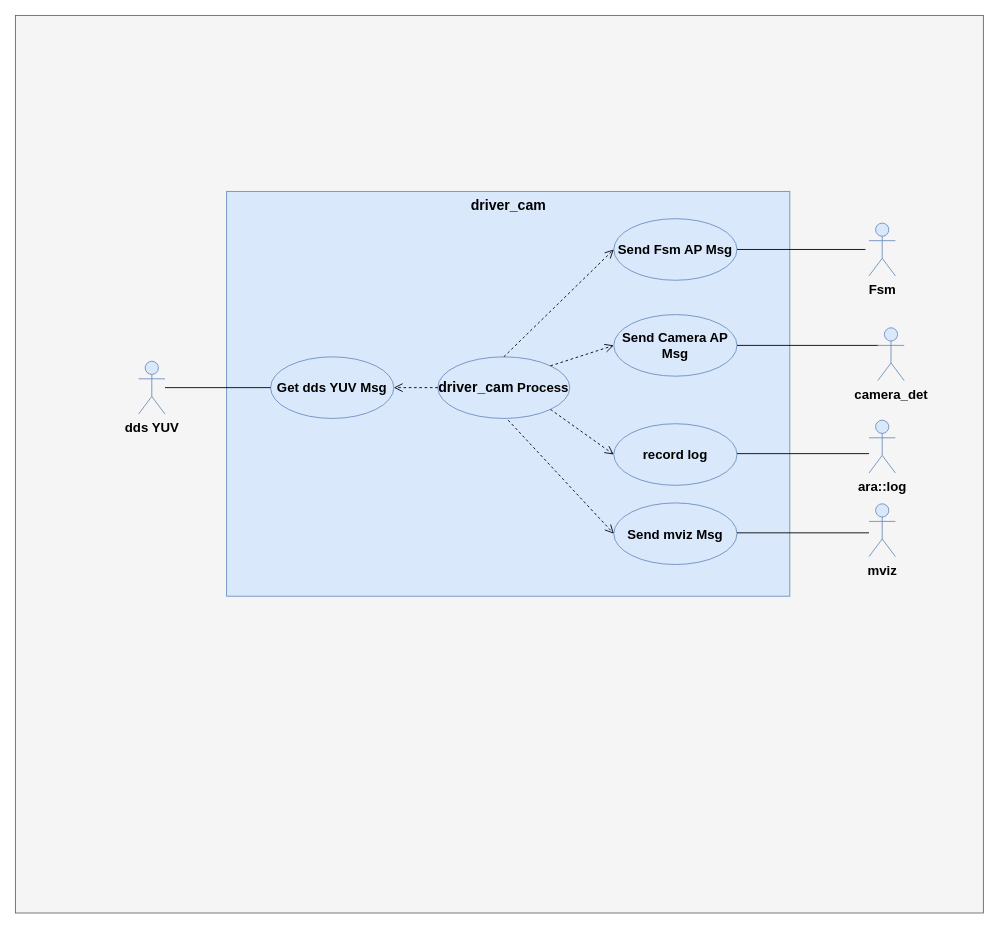
Before: driver_cam用例.drawio in xiaoleli/diagrams, a draw.io diagram. Source tidied: cells renumbered, new cells numbered last; positions are measured from the earlier drawing's top-left corner, leaving out a move shared by most shapes. Both pictures are drawn from the tidied source at 88%, with x=0, y=0 at pixel (15, 15).
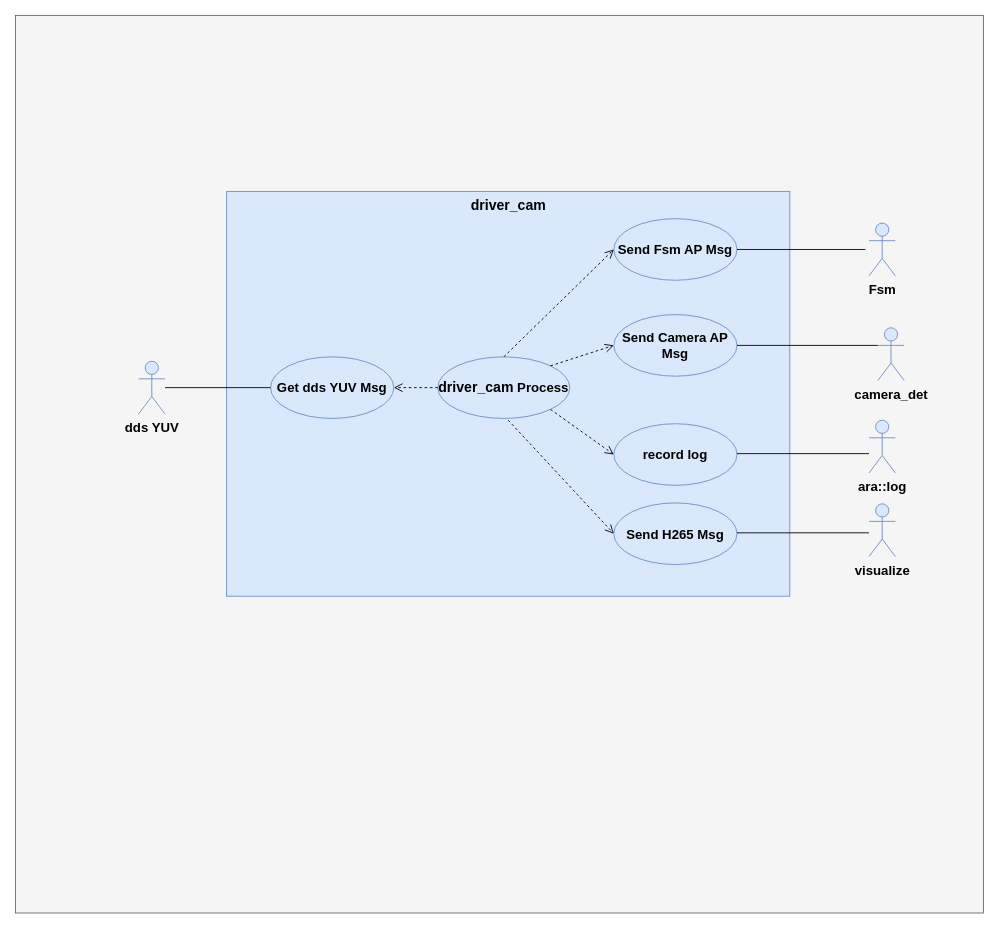
The same page after the edit.

Diff of the diagram source:
```diff
@@
-    <mxCell id="20" value="Send mviz Msg" style="ellipse;whiteSpace=wrap;html=1;fontSize=15;fillColor=#dae8fc;strokeColor=#6c8ebf;fontStyle=1;" parent="1" vertex="1">
+    <mxCell id="20" value="Send H265 Msg" style="ellipse;whiteSpace=wrap;html=1;fontSize=15;fillColor=#dae8fc;strokeColor=#6c8ebf;fontStyle=1;" parent="1" vertex="1">
       <mxGeometry x="680" y="554" width="140" height="70" as="geometry" />
     </mxCell>
-    <mxCell id="21" value="&lt;span style=&quot;&quot;&gt;mviz&lt;/span&gt;" style="shape=umlActor;verticalLabelPosition=bottom;verticalAlign=top;html=1;fillColor=#dae8fc;strokeColor=#6c8ebf;fontStyle=1;fontSize=15;" parent="1" vertex="1">
+    <mxCell id="21" value="&lt;span style=&quot;&quot;&gt;visualize&lt;/span&gt;" style="shape=umlActor;verticalLabelPosition=bottom;verticalAlign=top;html=1;fillColor=#dae8fc;strokeColor=#6c8ebf;fontStyle=1;fontSize=15;" parent="1" vertex="1">
       <mxGeometry x="970" y="555" width="30" height="60" as="geometry" />
     </mxCell>
```
